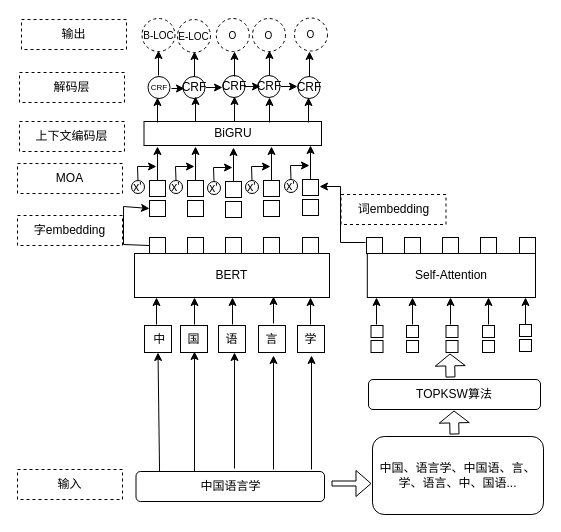
The draw.io diagram page "第 2 页" (2 of 2) of Untitled Diagram.drawio in ANT923/text1, before the edit. Source tidied: cells renumbered, new cells numbered last; positions are measured from the earlier drawing's top-left corner, leaving out a move shared by most shapes. Both pictures are drawn from the tidied source at 100%, with x=0, y=0 at pixel (17, 18).
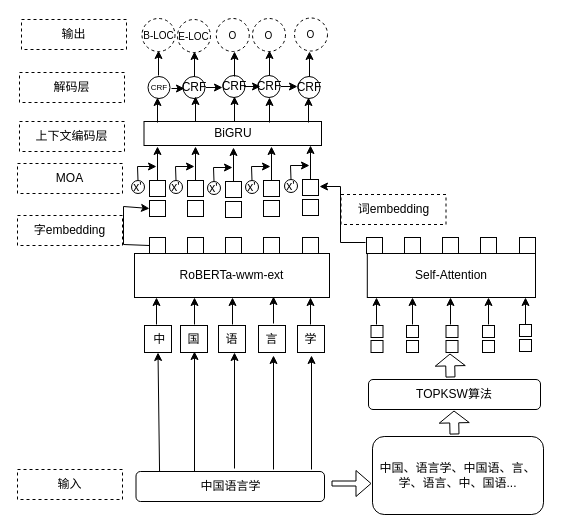
The same page after the edit.

Diff of the diagram source:
```diff
@@
-    <mxCell id="9" value="BERT" style="rounded=0;whiteSpace=wrap;html=1;" parent="1" vertex="1">
+    <mxCell id="9" value="RoBERTa-wwm-ext" style="rounded=0;whiteSpace=wrap;html=1;" parent="1" vertex="1">
       <mxGeometry x="117" y="235" width="195" height="44" as="geometry" />
     </mxCell>
```
